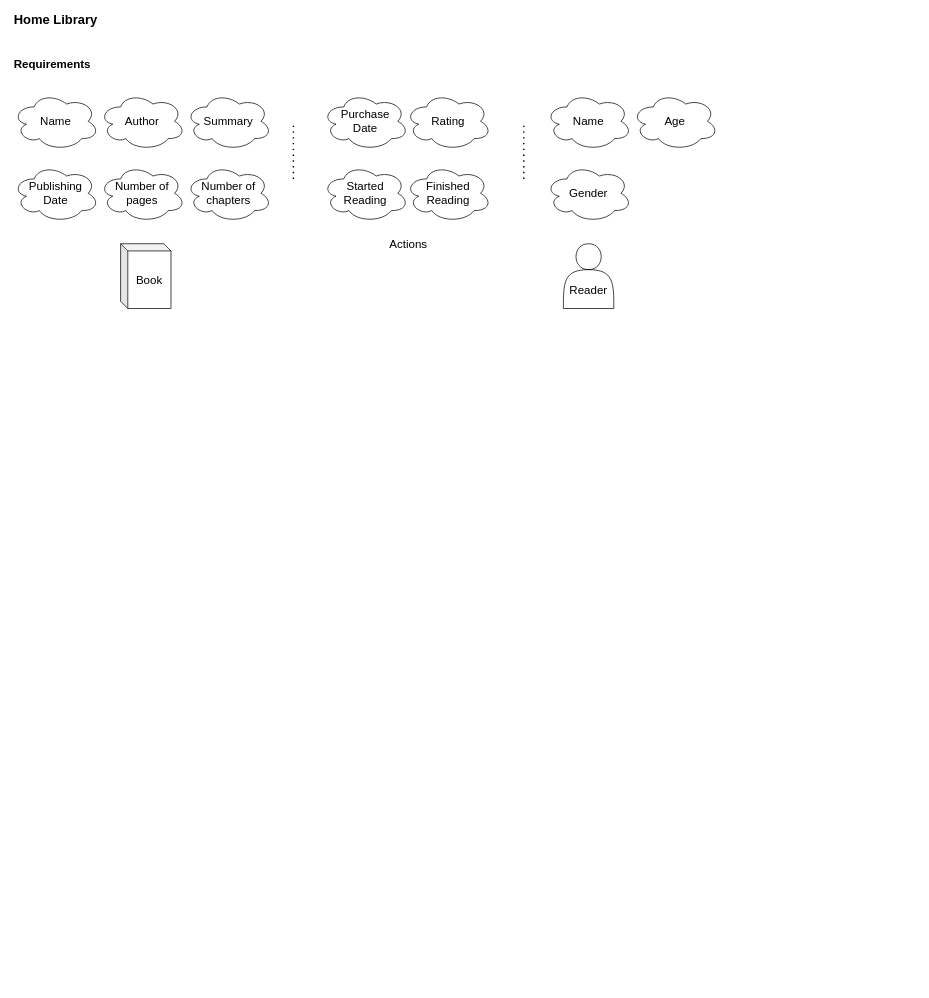
Before: concept/1-db-requirements.drawio in mbalabanov/CF-BE1-DB, a draw.io diagram. Source tidied: cells renumbered, new cells numbered last; positions are measured from the earlier drawing's top-left corner, leaving out a move shared by most shapes. Both pictures are drawn from the tidied source at 72%, with x=0, y=0 at pixel (12, 13).
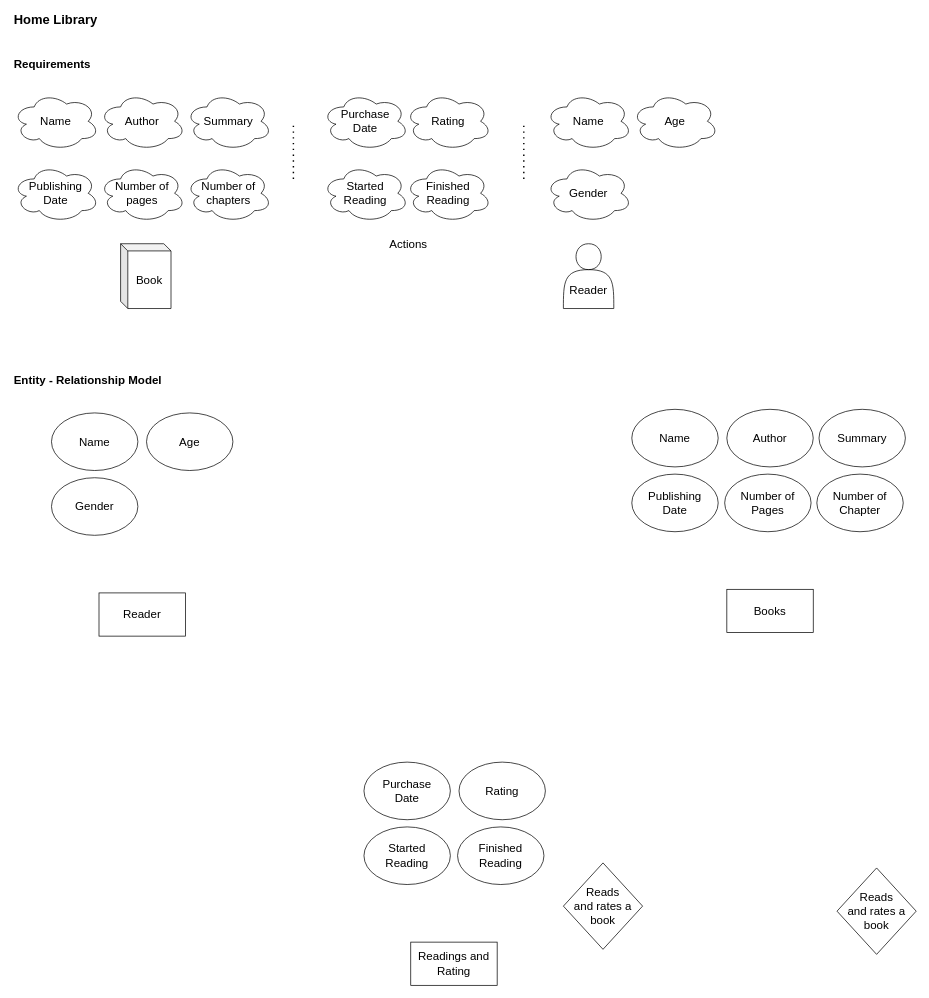
After the change.

What changed in the source:
```diff
@@
+    <mxCell id="22" value="Entity - Relationship Model" style="text;html=1;strokeColor=none;fillColor=none;align=left;verticalAlign=middle;whiteSpace=wrap;rounded=0;fontSize=16;fontStyle=1;" parent="1" vertex="1">
+      <mxGeometry y="500" width="220" height="20" as="geometry" />
+    </mxCell>
+    <mxCell id="23" value="Books" style="rounded=0;whiteSpace=wrap;html=1;fontSize=16;align=center;" parent="1" vertex="1">
+      <mxGeometry x="992" y="800" width="120" height="60" as="geometry" />
+    </mxCell>
+    <mxCell id="24" value="Readings and Rating" style="rounded=0;whiteSpace=wrap;html=1;fontSize=16;align=center;" parent="1" vertex="1">
+      <mxGeometry x="553" y="1290" width="120" height="60" as="geometry" />
+    </mxCell>
+    <mxCell id="25" value="Reader" style="rounded=0;whiteSpace=wrap;html=1;fontSize=16;align=center;" parent="1" vertex="1">
+      <mxGeometry x="120" y="805" width="120" height="60" as="geometry" />
+    </mxCell>
+    <mxCell id="26" value="Name" style="ellipse;whiteSpace=wrap;html=1;fontSize=16;align=center;" parent="1" vertex="1">
+      <mxGeometry x="860" y="550" width="120" height="80" as="geometry" />
+    </mxCell>
+    <mxCell id="27" value="Author" style="ellipse;whiteSpace=wrap;html=1;fontSize=16;align=center;" parent="1" vertex="1">
+      <mxGeometry x="992" y="550" width="120" height="80" as="geometry" />
+    </mxCell>
+    <mxCell id="28" value="Summary" style="ellipse;whiteSpace=wrap;html=1;fontSize=16;align=center;" parent="1" vertex="1">
+      <mxGeometry x="1120" y="550" width="120" height="80" as="geometry" />
+    </mxCell>
+    <mxCell id="29" value="Publishing&lt;br&gt;Date" style="ellipse;whiteSpace=wrap;html=1;fontSize=16;align=center;" parent="1" vertex="1">
+      <mxGeometry x="860" y="640" width="120" height="80" as="geometry" />
+    </mxCell>
+    <mxCell id="30" value="Number of&lt;br&gt;Pages" style="ellipse;whiteSpace=wrap;html=1;fontSize=16;align=center;" parent="1" vertex="1">
+      <mxGeometry x="989" y="640" width="120" height="80" as="geometry" />
+    </mxCell>
+    <mxCell id="31" value="Number of&lt;br&gt;Chapter" style="ellipse;whiteSpace=wrap;html=1;fontSize=16;align=center;" parent="1" vertex="1">
+      <mxGeometry x="1117" y="640" width="120" height="80" as="geometry" />
+    </mxCell>
+    <mxCell id="32" value="Purchase&lt;br&gt;Date" style="ellipse;whiteSpace=wrap;html=1;fontSize=16;align=center;" parent="1" vertex="1">
+      <mxGeometry x="488" y="1040" width="120" height="80" as="geometry" />
+    </mxCell>
+    <mxCell id="33" value="Rating" style="ellipse;whiteSpace=wrap;html=1;fontSize=16;align=center;" parent="1" vertex="1">
+      <mxGeometry x="620" y="1040" width="120" height="80" as="geometry" />
+    </mxCell>
+    <mxCell id="34" value="Started&lt;br&gt;Reading" style="ellipse;whiteSpace=wrap;html=1;fontSize=16;align=center;" parent="1" vertex="1">
+      <mxGeometry x="488" y="1130" width="120" height="80" as="geometry" />
+    </mxCell>
+    <mxCell id="35" value="Reads&lt;br&gt;and rates a&lt;br&gt;book" style="rhombus;whiteSpace=wrap;html=1;fontSize=16;align=center;" parent="1" vertex="1">
+      <mxGeometry x="1145" y="1187" width="110" height="120" as="geometry" />
+    </mxCell>
+    <mxCell id="36" value="Finished&lt;br&gt;Reading" style="ellipse;whiteSpace=wrap;html=1;fontSize=16;align=center;" parent="1" vertex="1">
+      <mxGeometry x="618" y="1130" width="120" height="80" as="geometry" />
+    </mxCell>
+    <mxCell id="37" value="Name" style="ellipse;whiteSpace=wrap;html=1;fontSize=16;align=center;" parent="1" vertex="1">
+      <mxGeometry x="54" y="555" width="120" height="80" as="geometry" />
+    </mxCell>
+    <mxCell id="38" value="Age" style="ellipse;whiteSpace=wrap;html=1;fontSize=16;align=center;" parent="1" vertex="1">
+      <mxGeometry x="186" y="555" width="120" height="80" as="geometry" />
+    </mxCell>
+    <mxCell id="39" value="Gender" style="ellipse;whiteSpace=wrap;html=1;fontSize=16;align=center;" parent="1" vertex="1">
+      <mxGeometry x="54" y="645" width="120" height="80" as="geometry" />
+    </mxCell>
+    <mxCell id="40" value="Reads&lt;br&gt;and rates a&lt;br&gt;book" style="rhombus;whiteSpace=wrap;html=1;fontSize=16;align=center;" parent="1" vertex="1">
+      <mxGeometry x="765" y="1180" width="110" height="120" as="geometry" />
+    </mxCell>
```
